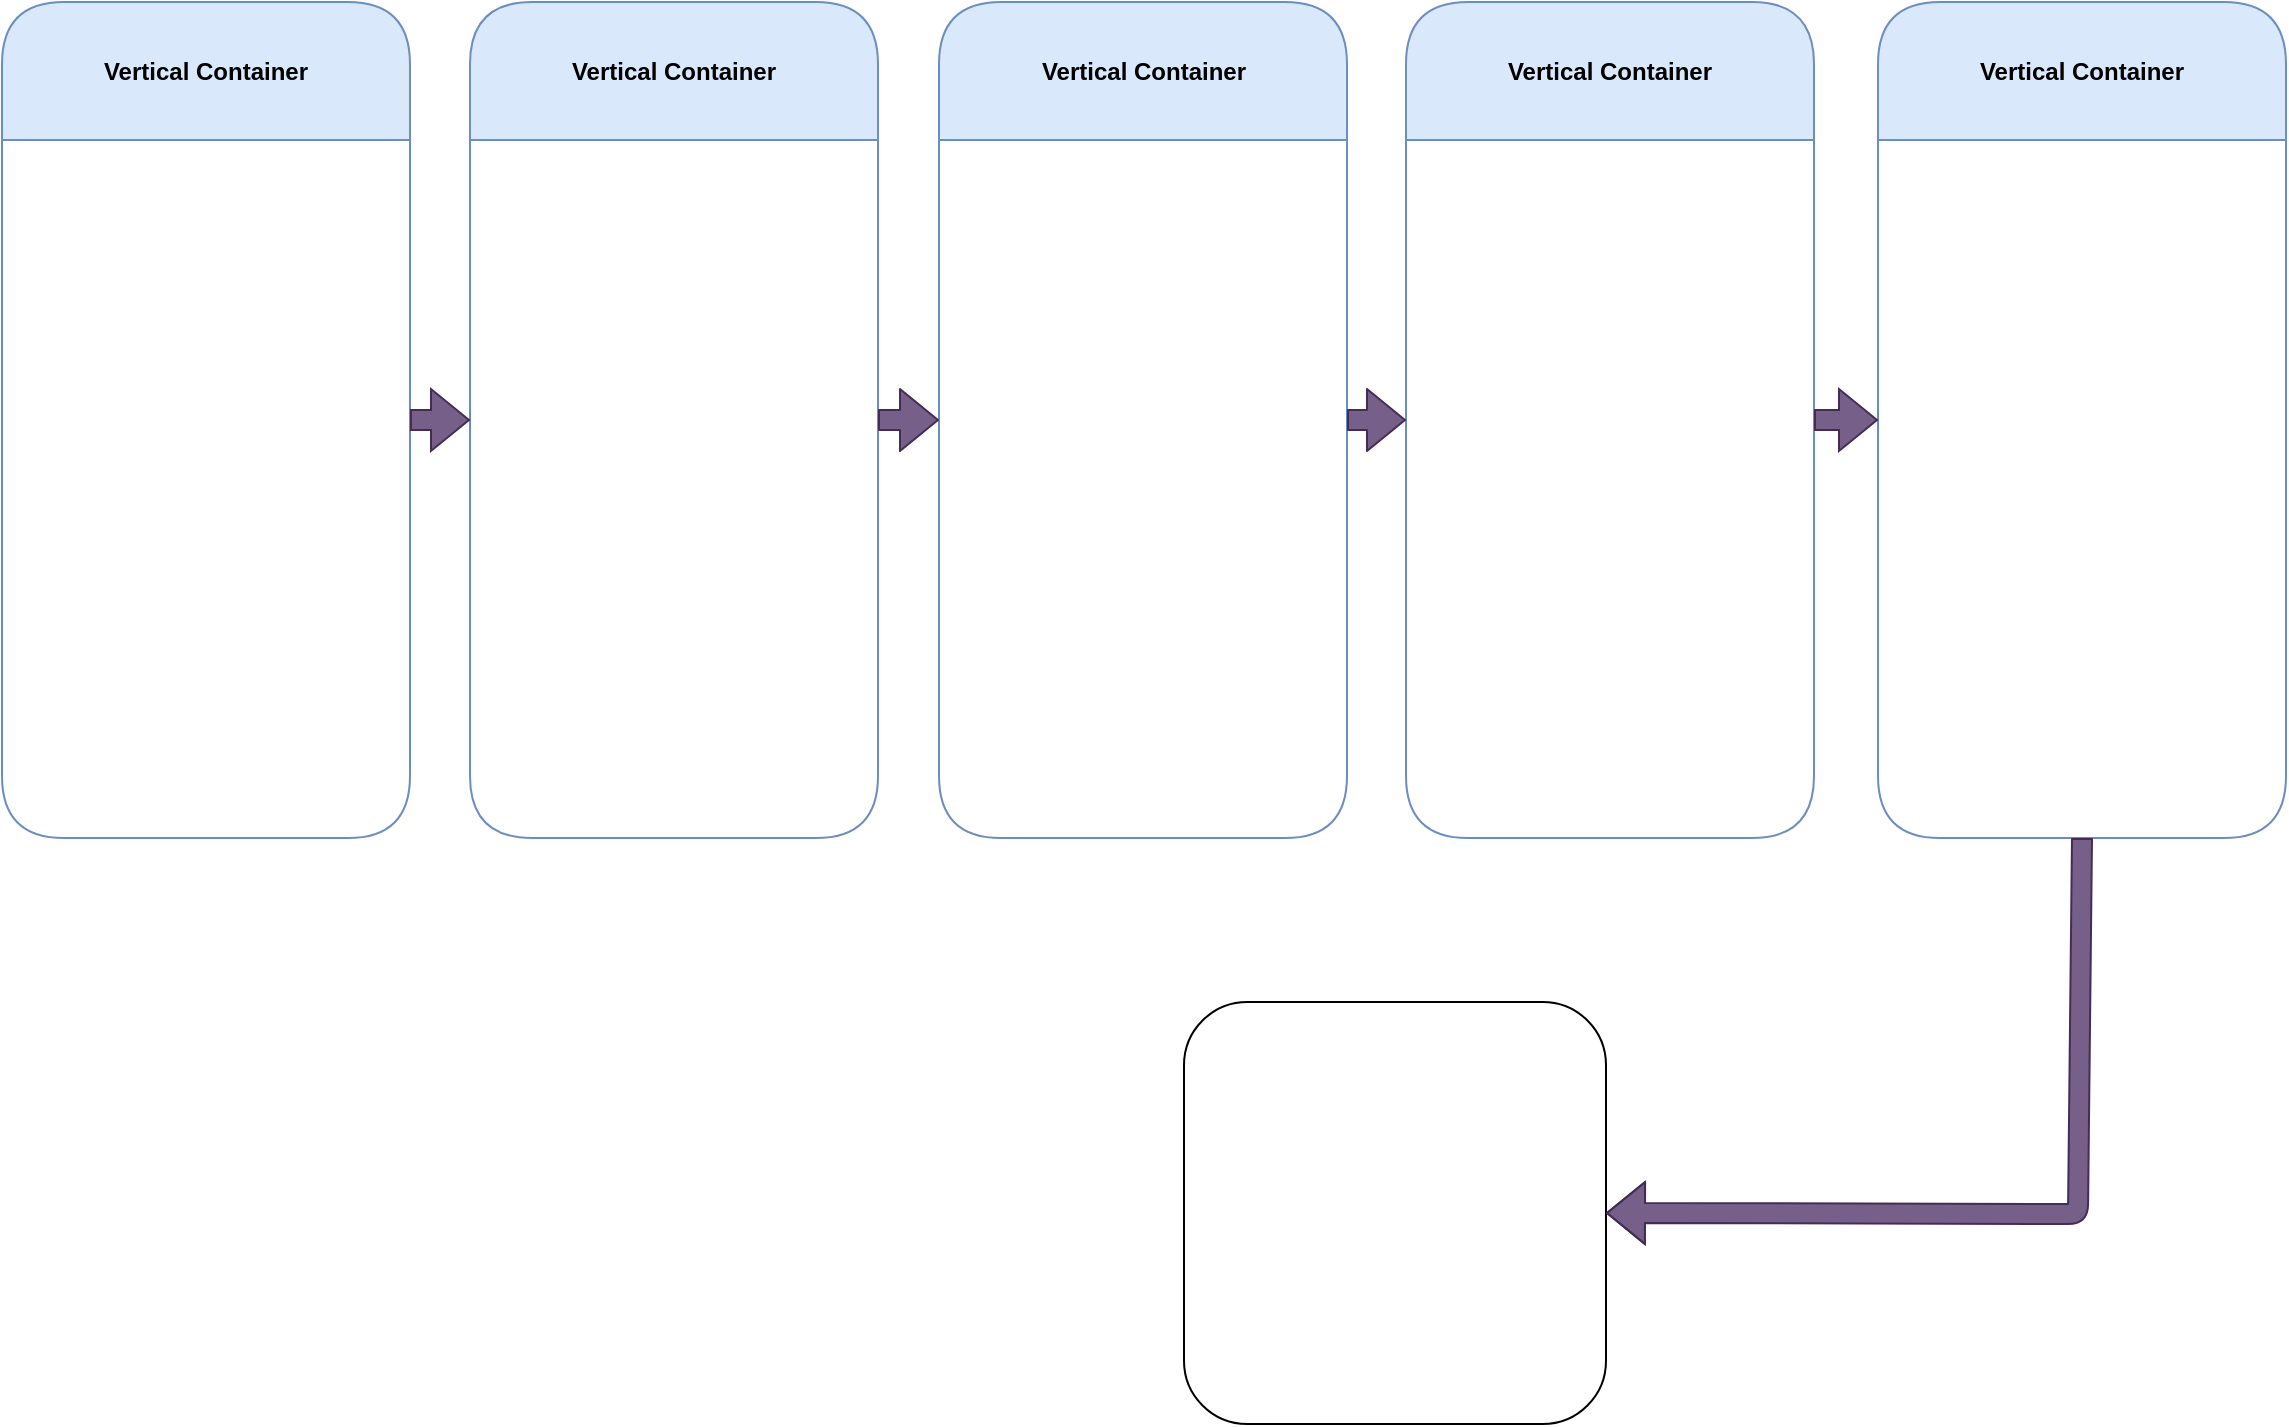
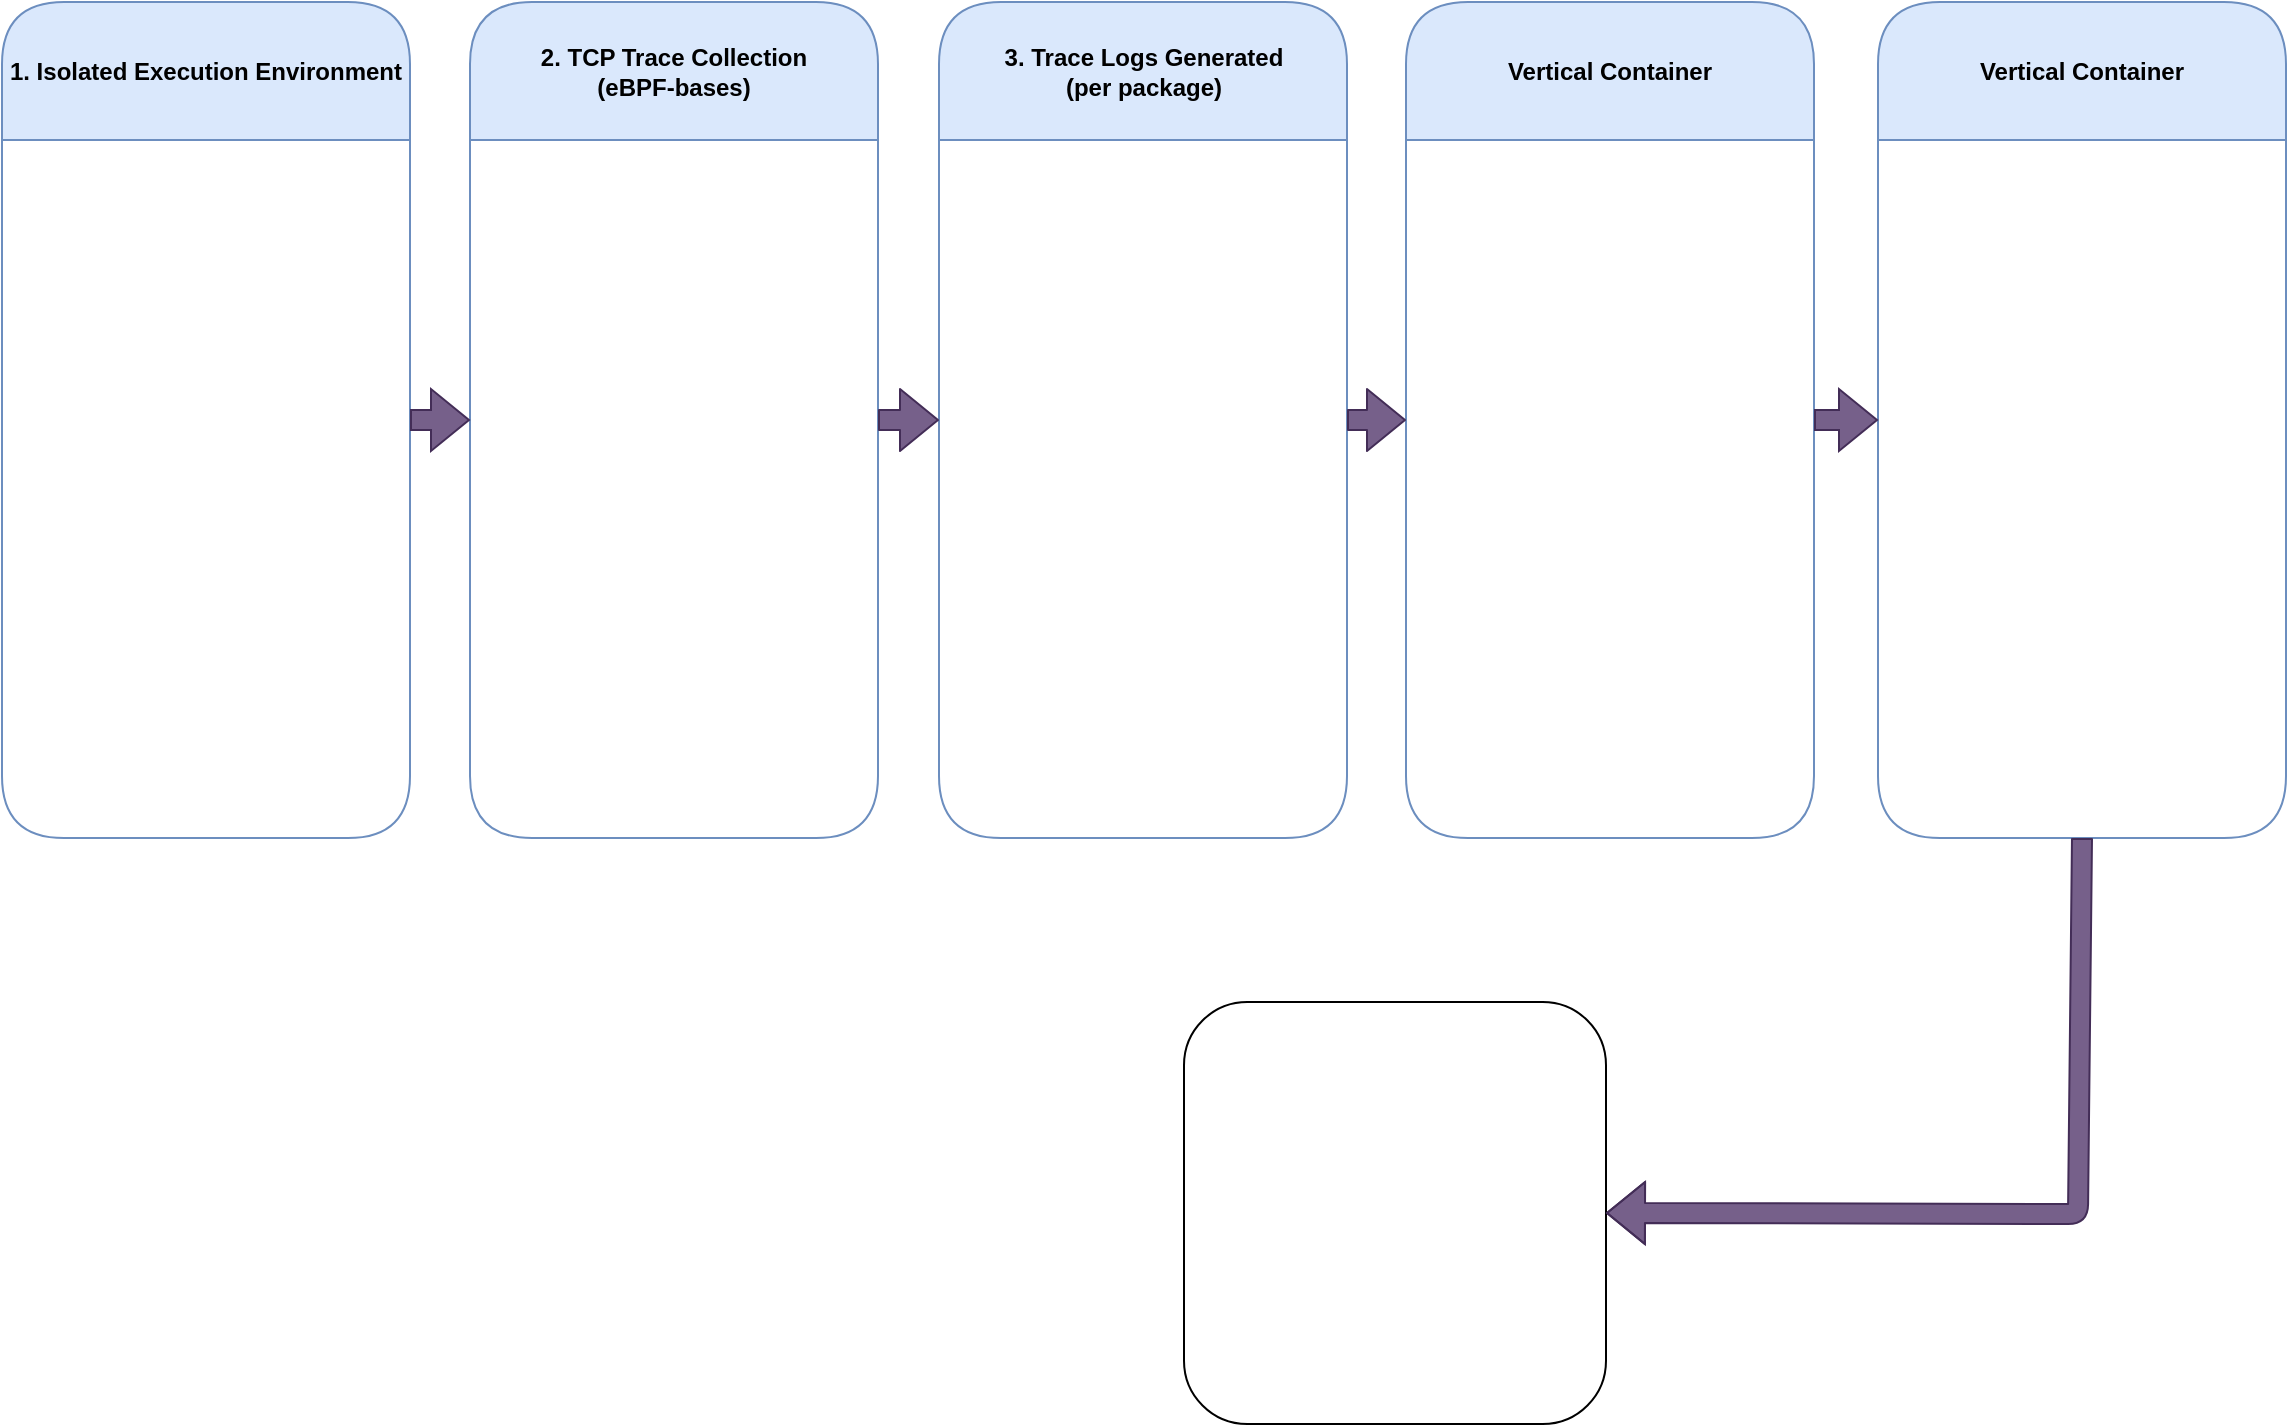
<mxfile host="app.diagrams.net">
  <diagram name="Page-1" id="8kyjSIY6fsYWo43MdOdE">
    <mxGraphModel dx="1406" dy="814" grid="0" gridSize="10" guides="1" tooltips="1" connect="1" arrows="1" fold="1" page="1" pageScale="1" pageWidth="1181" pageHeight="827" background="none" math="0" shadow="0">
      <root>
        <mxCell id="0" />
        <mxCell id="1" parent="0" />
-         <mxCell id="yPxf8Ypyw46N0n0ri4En-1" parent="1" style="swimlane;whiteSpace=wrap;html=1;swimlaneFillColor=none;rounded=1;startSize=69;strokeColor=#6c8ebf;fillColor=#dae8fc;" value="Vertical Container" vertex="1">
+         <mxCell id="yPxf8Ypyw46N0n0ri4En-1" parent="1" style="swimlane;whiteSpace=wrap;html=1;swimlaneFillColor=none;rounded=1;startSize=69;strokeColor=#6c8ebf;fillColor=#dae8fc;" value="1. Isolated Execution Environment" vertex="1">
          <mxGeometry height="418" width="204" x="20" y="29" as="geometry" />
        </mxCell>
-         <mxCell id="yPxf8Ypyw46N0n0ri4En-4" parent="1" style="swimlane;whiteSpace=wrap;html=1;swimlaneFillColor=none;rounded=1;startSize=69;strokeColor=#6c8ebf;fillColor=#dae8fc;" value="Vertical Container" vertex="1">
+         <mxCell id="yPxf8Ypyw46N0n0ri4En-4" parent="1" style="swimlane;whiteSpace=wrap;html=1;swimlaneFillColor=none;rounded=1;startSize=69;strokeColor=#6c8ebf;fillColor=#dae8fc;" value="2. TCP Trace Collection&lt;div&gt;(eBPF-bases)&lt;/div&gt;" vertex="1">
          <mxGeometry height="418" width="204" x="254" y="29" as="geometry" />
        </mxCell>
-         <mxCell id="yPxf8Ypyw46N0n0ri4En-5" parent="1" style="swimlane;whiteSpace=wrap;html=1;swimlaneFillColor=none;rounded=1;startSize=69;strokeColor=#6c8ebf;fillColor=#dae8fc;" value="Vertical Container" vertex="1">
+         <mxCell id="yPxf8Ypyw46N0n0ri4En-5" parent="1" style="swimlane;whiteSpace=wrap;html=1;swimlaneFillColor=none;rounded=1;startSize=69;strokeColor=#6c8ebf;fillColor=#dae8fc;" value="3. Trace Logs Generated&lt;div&gt;(per package)&lt;/div&gt;" vertex="1">
          <mxGeometry height="418" width="204" x="488.5" y="29" as="geometry" />
        </mxCell>
        <mxCell id="yPxf8Ypyw46N0n0ri4En-6" parent="1" style="swimlane;whiteSpace=wrap;html=1;swimlaneFillColor=none;rounded=1;startSize=69;strokeColor=#6c8ebf;fillColor=#dae8fc;" value="Vertical Container" vertex="1">
          <mxGeometry height="418" width="204" x="722" y="29" as="geometry" />
        </mxCell>
        <mxCell id="yPxf8Ypyw46N0n0ri4En-7" parent="1" style="swimlane;whiteSpace=wrap;html=1;swimlaneFillColor=none;rounded=1;startSize=69;strokeColor=#6c8ebf;fillColor=#dae8fc;" value="Vertical Container" vertex="1">
          <mxGeometry height="418" width="204" x="958" y="29" as="geometry" />
        </mxCell>
        <mxCell id="yPxf8Ypyw46N0n0ri4En-8" parent="1" style="whiteSpace=wrap;html=1;aspect=fixed;rounded=1;strokeWidth=1;" value="" vertex="1">
          <mxGeometry height="211" width="211" x="611" y="529" as="geometry" />
        </mxCell>
        <mxCell id="yPxf8Ypyw46N0n0ri4En-9" edge="1" parent="1" source="yPxf8Ypyw46N0n0ri4En-7" style="endArrow=classic;html=1;rounded=1;exitX=0.5;exitY=1;exitDx=0;exitDy=0;entryX=1;entryY=0.5;entryDx=0;entryDy=0;shape=flexArrow;strokeWidth=1;strokeColor=#432D57;fillColor=#76608a;" target="yPxf8Ypyw46N0n0ri4En-8" value="">
          <mxGeometry height="50" relative="1" width="50" as="geometry">
            <Array as="points">
              <mxPoint x="1058" y="635" />
            </Array>
            <mxPoint x="567" y="544" as="sourcePoint" />
            <mxPoint x="617" y="494" as="targetPoint" />
          </mxGeometry>
        </mxCell>
        <mxCell id="yPxf8Ypyw46N0n0ri4En-10" edge="1" parent="1" source="yPxf8Ypyw46N0n0ri4En-4" style="endArrow=classic;html=1;rounded=1;exitX=1;exitY=0.5;exitDx=0;exitDy=0;entryX=0;entryY=0.5;entryDx=0;entryDy=0;shape=flexArrow;fillColor=#76608a;strokeColor=#432D57;" target="yPxf8Ypyw46N0n0ri4En-5" value="">
          <mxGeometry height="50" relative="1" width="50" as="geometry">
            <mxPoint x="567" y="444" as="sourcePoint" />
            <mxPoint x="617" y="394" as="targetPoint" />
          </mxGeometry>
        </mxCell>
        <mxCell id="9OX9V2n5WXdKuxMzRrJa-1" edge="1" parent="1" source="yPxf8Ypyw46N0n0ri4En-5" style="endArrow=classic;html=1;rounded=1;exitX=1;exitY=0.5;exitDx=0;exitDy=0;entryX=0;entryY=0.5;entryDx=0;entryDy=0;shape=flexArrow;fillColor=#76608a;strokeColor=#432D57;" target="yPxf8Ypyw46N0n0ri4En-6" value="">
          <mxGeometry height="50" relative="1" width="50" as="geometry">
            <mxPoint x="565" y="444" as="sourcePoint" />
            <mxPoint x="615" y="394" as="targetPoint" />
          </mxGeometry>
        </mxCell>
        <mxCell id="9OX9V2n5WXdKuxMzRrJa-2" edge="1" parent="1" source="yPxf8Ypyw46N0n0ri4En-6" style="endArrow=classic;html=1;rounded=0;exitX=1;exitY=0.5;exitDx=0;exitDy=0;entryX=0;entryY=0.5;entryDx=0;entryDy=0;shape=flexArrow;fillColor=#76608a;strokeColor=#432D57;" target="yPxf8Ypyw46N0n0ri4En-7" value="">
          <mxGeometry height="50" relative="1" width="50" as="geometry">
            <mxPoint x="565" y="444" as="sourcePoint" />
            <mxPoint x="615" y="394" as="targetPoint" />
          </mxGeometry>
        </mxCell>
        <mxCell id="9OX9V2n5WXdKuxMzRrJa-3" edge="1" parent="1" source="yPxf8Ypyw46N0n0ri4En-1" style="endArrow=classic;html=1;rounded=0;exitX=1;exitY=0.5;exitDx=0;exitDy=0;entryX=0;entryY=0.5;entryDx=0;entryDy=0;shape=flexArrow;fillColor=#76608a;strokeColor=#432D57;" target="yPxf8Ypyw46N0n0ri4En-4" value="">
          <mxGeometry height="50" relative="1" width="50" as="geometry">
            <mxPoint x="565" y="444" as="sourcePoint" />
            <mxPoint x="615" y="394" as="targetPoint" />
          </mxGeometry>
        </mxCell>
      </root>
    </mxGraphModel>
  </diagram>
</mxfile>
